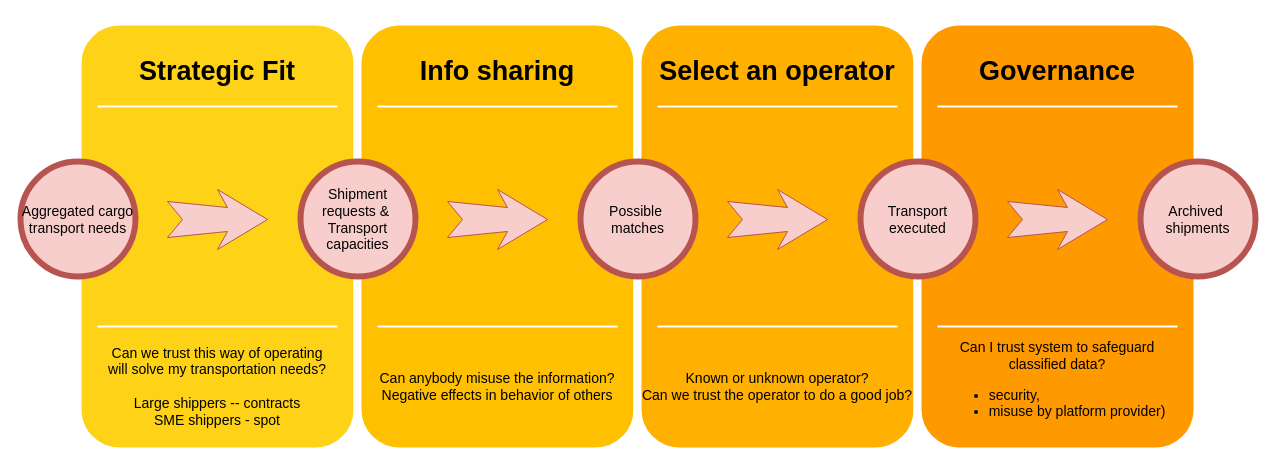
This is Untitled Diagram.drawio from jcaballe1/hello-world, a draw.io file, before an edit. Source tidied: cells renumbered, new cells numbered last; positions are measured from the earlier drawing's top-left corner, leaving out a move shared by most shapes. Both pictures are drawn from the tidied source at 100%, with x=0, y=0 at pixel (20, 21).
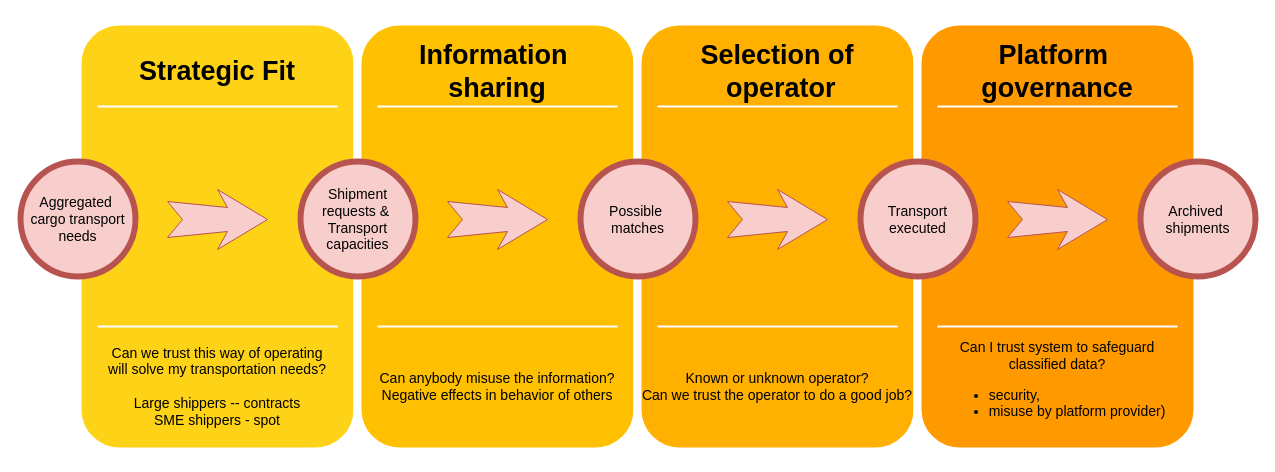
Above is the later version.

Change to the diagram source:
```diff
@@
-    <mxCell id="7" value="Aggregated cargo transport needs" style="ellipse;whiteSpace=wrap;html=1;rounded=0;shadow=0;strokeWidth=6;fontSize=14;align=center;fillColor=#f8cecc;strokeColor=#b85450;" parent="1" vertex="1">
+    <mxCell id="7" value="Aggregated&amp;nbsp;&lt;div&gt;cargo transport needs&lt;/div&gt;" style="ellipse;whiteSpace=wrap;html=1;rounded=0;shadow=0;strokeWidth=6;fontSize=14;align=center;fillColor=#f8cecc;strokeColor=#b85450;" parent="1" vertex="1">
       <mxGeometry y="140" width="115" height="115" as="geometry" />
     </mxCell>
@@
-    <mxCell id="10" value="Info sharing" style="text;html=1;strokeColor=none;fillColor=none;align=center;verticalAlign=middle;whiteSpace=wrap;rounded=0;shadow=0;fontSize=27;fontColor=default;fontStyle=1;" parent="1" vertex="1">
+    <mxCell id="10" value="Information&amp;nbsp;&lt;div&gt;sharing&lt;/div&gt;" style="text;html=1;strokeColor=none;fillColor=none;align=center;verticalAlign=middle;whiteSpace=wrap;rounded=0;shadow=0;fontSize=27;fontColor=default;fontStyle=1;" parent="1" vertex="1">
       <mxGeometry x="337" y="20" width="280" height="60" as="geometry" />
     </mxCell>
@@
-    <mxCell id="17" value="Select an operator" style="text;html=1;strokeColor=none;fillColor=none;align=center;verticalAlign=middle;whiteSpace=wrap;rounded=0;shadow=0;fontSize=27;fontColor=default;fontStyle=1;" parent="1" vertex="1">
+    <mxCell id="17" value="Selection of&lt;div&gt;&amp;nbsp;operator&lt;/div&gt;" style="text;html=1;strokeColor=none;fillColor=none;align=center;verticalAlign=middle;whiteSpace=wrap;rounded=0;shadow=0;fontSize=27;fontColor=default;fontStyle=1;" parent="1" vertex="1">
       <mxGeometry x="617" y="20" width="280" height="60" as="geometry" />
     </mxCell>
@@
-    <mxCell id="24" value="Governance" style="text;html=1;strokeColor=none;fillColor=none;align=center;verticalAlign=middle;whiteSpace=wrap;rounded=0;shadow=0;fontSize=27;fontColor=default;fontStyle=1;" parent="1" vertex="1">
+    <mxCell id="24" value="Platform&amp;nbsp;&lt;div&gt;governance&lt;/div&gt;" style="text;html=1;strokeColor=none;fillColor=none;align=center;verticalAlign=middle;whiteSpace=wrap;rounded=0;shadow=0;fontSize=27;fontColor=default;fontStyle=1;" parent="1" vertex="1">
       <mxGeometry x="897" y="20" width="280" height="60" as="geometry" />
     </mxCell>
```
